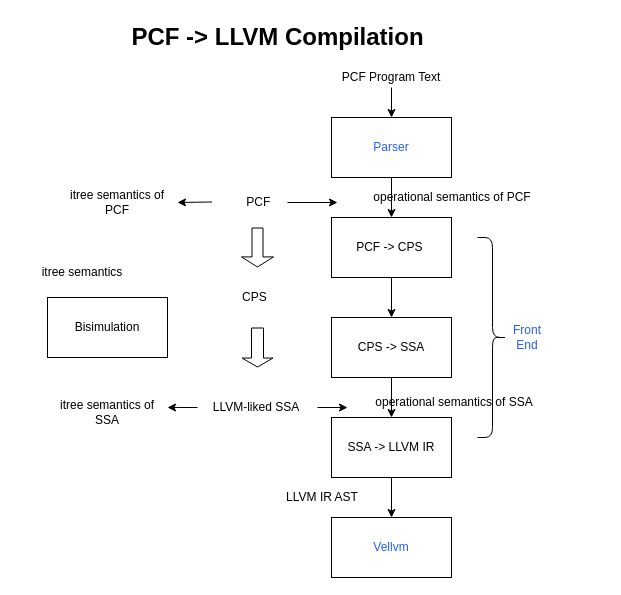
Earlier version of the draw.io diagram llvmfront.drawio (ABigDoge/MyDiagrams). Source tidied: cells renumbered, new cells numbered last; positions are measured from the earlier drawing's top-left corner, leaving out a move shared by most shapes. Both pictures are drawn from the tidied source at 100%, with x=0, y=0 at pixel (17, 17).
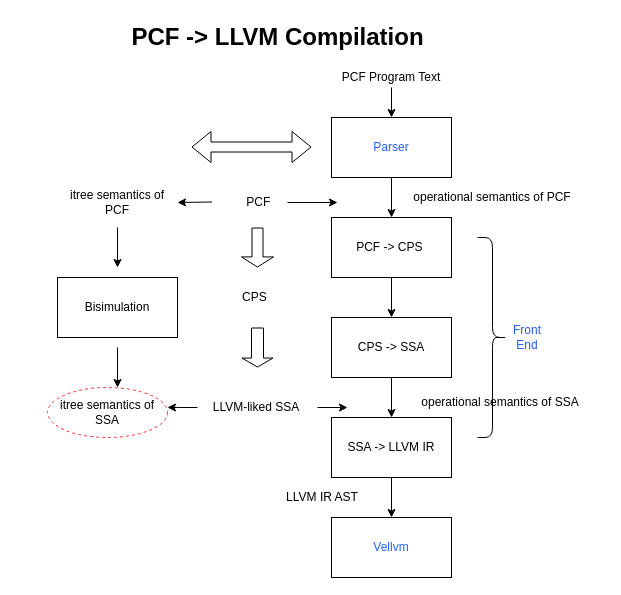
The same diagram, later.

The edit, as a diff of the source:
```diff
@@
     <mxCell id="20" value="operational semantics of PCF" style="text;html=1;strokeColor=none;fillColor=none;align=center;verticalAlign=middle;whiteSpace=wrap;rounded=0;" parent="1" vertex="1">
-      <mxGeometry x="340" y="165" width="190" height="30" as="geometry" />
+      <mxGeometry x="380" y="165" width="190" height="30" as="geometry" />
     </mxCell>
     <mxCell id="21" value="Bisimulation" style="rounded=0;whiteSpace=wrap;html=1;" parent="1" vertex="1">
-      <mxGeometry x="30" y="280" width="120" height="60" as="geometry" />
+      <mxGeometry x="40" y="260" width="120" height="60" as="geometry" />
     </mxCell>
-    <mxCell id="22" value="itree semantics" style="text;html=1;strokeColor=none;fillColor=none;align=center;verticalAlign=middle;whiteSpace=wrap;rounded=0;" parent="1" vertex="1">
-      <mxGeometry y="240" width="130" height="30" as="geometry" />
-    </mxCell>
@@
     <mxCell id="27" value="operational&amp;nbsp;semantics of SSA" style="text;html=1;strokeColor=none;fillColor=none;align=center;verticalAlign=middle;whiteSpace=wrap;rounded=0;" parent="1" vertex="1">
-      <mxGeometry x="334" y="370" width="206" height="30" as="geometry" />
+      <mxGeometry x="380" y="370" width="206" height="30" as="geometry" />
     </mxCell>
@@
+    <mxCell id="32" style="endArrow=classic;html=1;rounded=0;" parent="1" edge="1">
+      <mxGeometry relative="1" as="geometry">
+        <mxPoint x="100" y="210" as="sourcePoint" />
+        <mxPoint x="100" y="250" as="targetPoint" />
+      </mxGeometry>
+    </mxCell>
+    <mxCell id="33" style="endArrow=classic;html=1;rounded=0;" parent="1" edge="1">
+      <mxGeometry relative="1" as="geometry">
+        <mxPoint x="100" y="330" as="sourcePoint" />
+        <mxPoint x="100" y="370" as="targetPoint" />
+      </mxGeometry>
+    </mxCell>
+    <mxCell id="34" style="shape=flexArrow;endArrow=classic;startArrow=classic;html=1;rounded=0;" parent="1" edge="1">
+      <mxGeometry relative="1" as="geometry">
+        <mxPoint x="174" y="129.5" as="sourcePoint" />
+        <mxPoint x="294" y="129.5" as="targetPoint" />
+      </mxGeometry>
+    </mxCell>
+    <mxCell id="35" style="ellipse;whiteSpace=wrap;html=1;gradientColor=#ffffff;fillColor=none;strokeColor=#FF3333;dashed=1;" parent="1" vertex="1">
+      <mxGeometry x="30" y="370" width="120" height="50" as="geometry" />
+    </mxCell>
```
